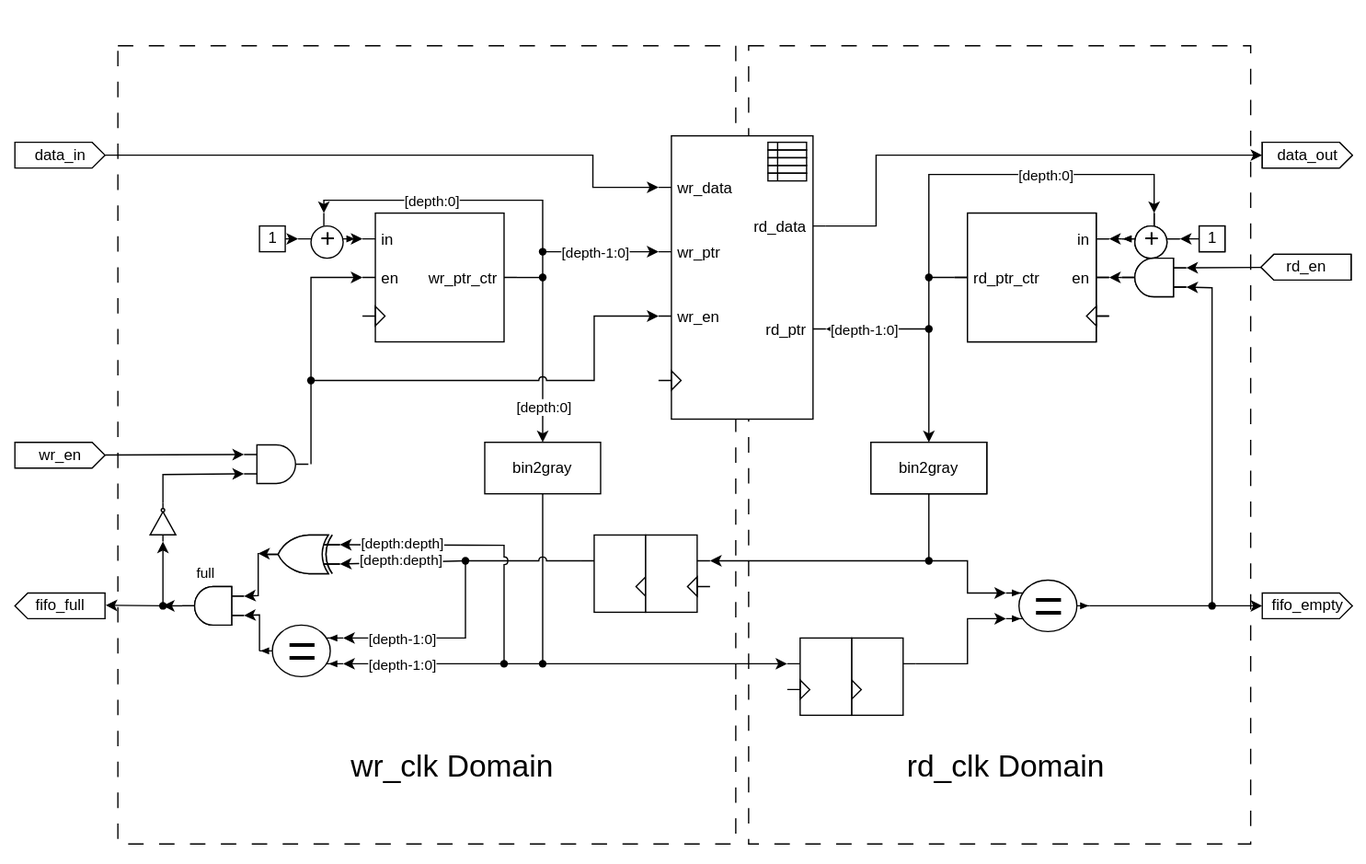
This is diagrams/async_fifo.drawio.svg from CodyTinker/RTLExercises, a draw.io export, as it was before one commit. Source tidied: cells renumbered, new cells last; positions are measured from the earlier drawing's top-left corner, leaving out a move shared by most shapes.
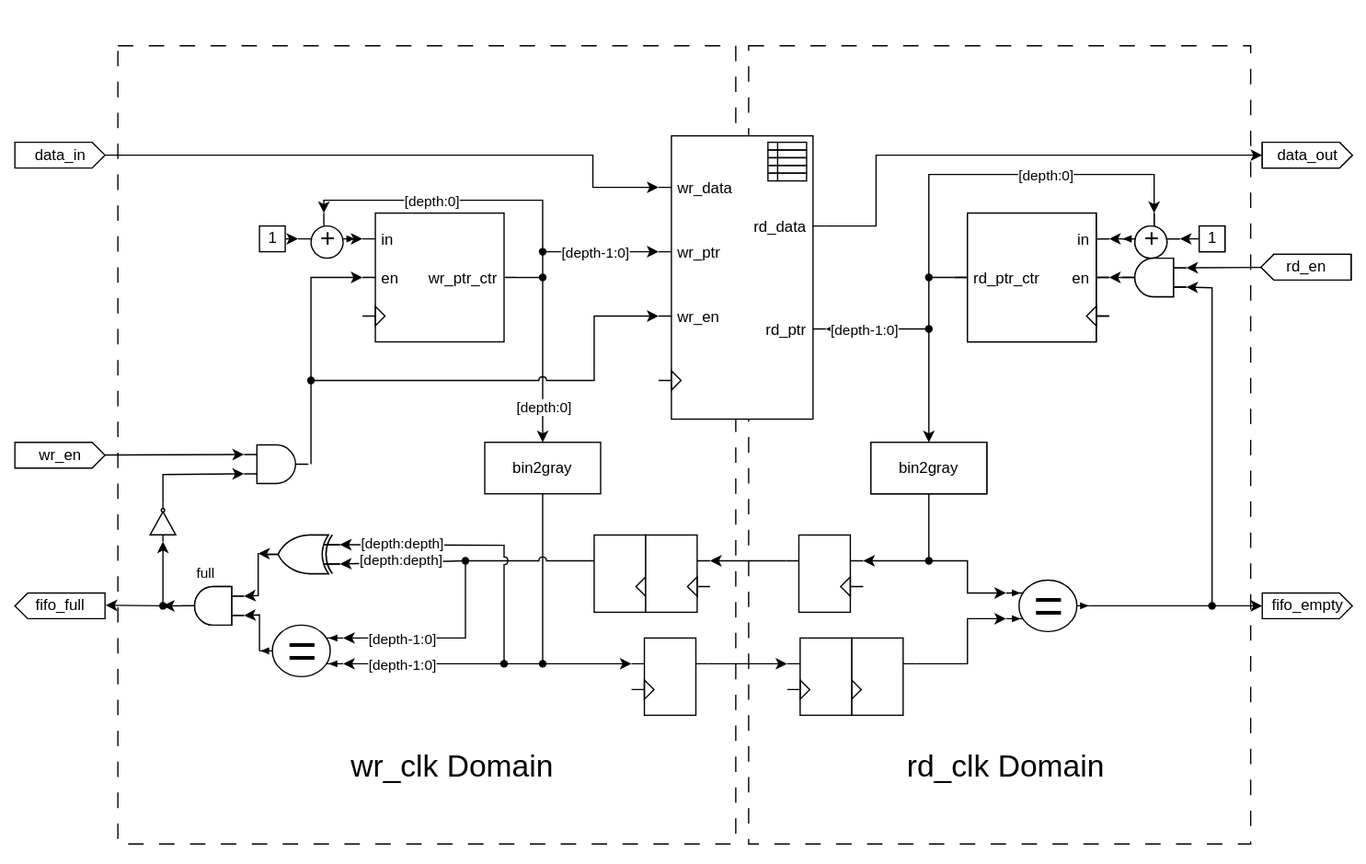
After the change.

Commit message:
Updating to async FIFO design to flop graycode data line before synchronization across clock domains

The edit, as a diff of the source:
```diff
@@ -2,7 +2,7 @@
   <root>
     <mxCell id="0" />
     <mxCell id="1" parent="0" />
-    <mxCell id="2" style="rounded=0;whiteSpace=wrap;html=1;fillColor=#FFFFFF;fontColor=#000000;strokeColor=none;" parent="1" vertex="1">
+    <mxCell id="2" style="rounded=0;whiteSpace=wrap;html=1;fillColor=default;fontColor=#000000;strokeColor=none;" parent="1" vertex="1">
       <mxGeometry width="1060" height="670" as="geometry" />
     </mxCell>
     <mxCell id="3" style="group;fontColor=#000000;" parent="1" vertex="1">
@@ -17,6 +17,9 @@
     <mxCell id="6" style="shape=waypoint;sketch=0;fillStyle=solid;size=6;points=[];fillColor=none;perimeter=centerPerimeter;snapToPoint=1;fontSize=24;fontColor=#000000;" parent="3" vertex="1">
       <mxGeometry x="350" y="425" width="20" height="20" as="geometry" />
     </mxCell>
+    <mxCell id="104" style="externalPins=1;shadow=0;dashed=0;align=center;html=1;strokeWidth=1;shape=mxgraph.rtl.abstract.entity;left=%2C%3Anp;right=%2C%3Aclk;top=0;bottom=0;drawPins=1;snapToPoint=1;gradientColor=none;rounded=0;direction=east;fontColor=#000000;fillColor=#FFFFFF;" parent="3" vertex="1">
+      <mxGeometry x="39" y="380" width="40" height="60" as="geometry" />
+    </mxCell>
     <mxCell id="7" style="group;fontColor=#000000;" parent="1" vertex="1">
       <mxGeometry x="91" y="35" width="480" height="620" as="geometry" />
     </mxCell>
@@ -26,7 +29,10 @@
     <mxCell id="9" value="wr_clk Domain" style="text;html=1;strokeColor=none;fillColor=none;align=center;verticalAlign=middle;whiteSpace=wrap;rounded=0;fontSize=24;fontColor=#000000;" parent="7" vertex="1">
       <mxGeometry x="170" y="540" width="180" height="40" as="geometry" />
     </mxCell>
+    <mxCell id="105" style="externalPins=1;shadow=0;dashed=0;align=center;html=1;strokeWidth=1;shape=mxgraph.rtl.abstract.entity;left=,:clk;right=,:np;top=0;bottom=0;drawPins=1;snapToPoint=1;gradientColor=none;comic=0;sketch=0;strokeColor=default;fontColor=#000000;" parent="7" vertex="1">
+      <mxGeometry x="409" y="460" width="40" height="60" as="geometry" />
+    </mxCell>
-    <mxCell id="10" style="edgeStyle=none;rounded=0;html=1;exitX=0.5;exitY=1;exitDx=0;exitDy=0;entryX=0;entryY=0;entryDx=-10;entryDy=20;entryPerimeter=0;startFill=1;jumpStyle=arc;fontColor=#000000;" parent="1" edge="1" source="11" target="33">
+    <mxCell id="10" style="edgeStyle=none;rounded=0;html=1;exitX=0.5;exitY=1;exitDx=0;exitDy=0;entryX=0;entryY=0;entryDx=-10;entryDy=20;entryPerimeter=0;startFill=1;jumpStyle=arc;fontColor=#000000;" parent="1" edge="1" source="11" target="105">
       <mxGeometry relative="1" as="geometry">
         <Array as="points">
           <mxPoint x="421" y="515" />
@@ -107,7 +113,7 @@
     <mxCell id="28" style="shape=waypoint;fillStyle=solid;size=6;points=[];fillColor=none;perimeter=centerPerimeter;snapToPoint=1;labelBackgroundColor=none;labelBorderColor=none;fontColor=#000000;rounded=0;" parent="1" vertex="1">
       <mxGeometry x="411" y="205" width="20" height="20" as="geometry" />
     </mxCell>
-    <mxCell id="29" style="edgeStyle=none;rounded=0;html=1;entryX=0;entryY=0;entryDx=50;entryDy=20;entryPerimeter=0;startFill=1;fontColor=#000000;" parent="1" edge="1" source="30" target="36">
+    <mxCell id="29" style="edgeStyle=none;rounded=0;html=1;entryX=0;entryY=0;entryDx=50;entryDy=20;entryPerimeter=0;startFill=1;fontColor=#000000;" parent="1" edge="1" source="30" target="104">
       <mxGeometry relative="1" as="geometry">
         <Array as="points">
           <mxPoint x="721" y="435" />
@@ -410,5 +416,11 @@
     <mxCell id="103" style="verticalLabelPosition=bottom;shadow=0;dashed=0;align=center;html=1;verticalAlign=top;shape=mxgraph.electrical.logic_gates.logic_gate;operation=xor;strokeColor=default;strokeWidth=1;fontFamily=Helvetica;fontSize=11;fontColor=#000000;fillColor=#FFFFFF;direction=west;" parent="1" vertex="1">
       <mxGeometry x="203.5" y="415" width="60" height="30" as="geometry" />
     </mxCell>
+    <mxCell id="106" style="edgeStyle=none;html=1;exitX=0;exitY=0;exitDx=50;exitDy=20;exitPerimeter=0;entryX=0;entryY=0;entryDx=-10;entryDy=20;entryPerimeter=0;" parent="1" edge="1" source="105" target="33">
+      <mxGeometry relative="1" as="geometry" />
+    </mxCell>
+    <mxCell id="107" style="edgeStyle=none;html=1;exitX=0;exitY=0;exitDx=-10;exitDy=20;exitPerimeter=0;entryX=0;entryY=0;entryDx=50;entryDy=20;entryPerimeter=0;" parent="1" edge="1" source="104" target="36">
+      <mxGeometry relative="1" as="geometry" />
+    </mxCell>
   </root>
 </mxGraphModel>
```
